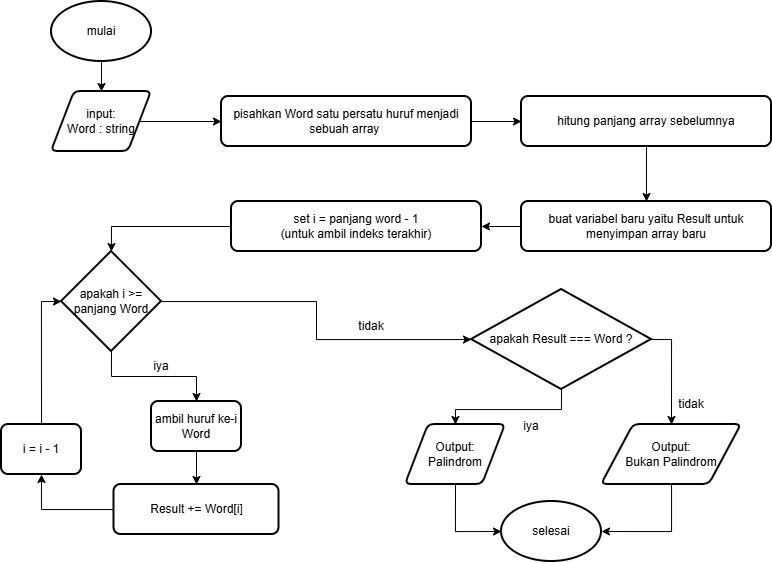
aqilknz/koda-b7-weekly1 keeps this draw.io diagram as task-1.png. Above is the earlier version. Source tidied: cells renumbered, new cells last; positions are measured from the earlier drawing's top-left corner, leaving out a move shared by most shapes. Source of this version:
```xml
<mxGraphModel>
  <root>
    <mxCell id="0" />
    <mxCell id="1" parent="0" />
    <mxCell id="2" style="edgeStyle=orthogonalEdgeStyle;rounded=0;jettySize=auto;html=1;exitX=0.5;exitY=1;exitDx=0;exitDy=0;exitPerimeter=0;entryX=0.5;entryY=0;entryDx=0;entryDy=0;" parent="1" edge="1" source="3" target="8">
      <mxGeometry relative="1" as="geometry" />
    </mxCell>
    <mxCell id="3" value="mulai" style="strokeWidth=2;html=1;shape=mxgraph.flowchart.start_1;whiteSpace=wrap;" parent="1" vertex="1">
      <mxGeometry x="50" width="100" height="60" as="geometry" />
    </mxCell>
    <mxCell id="4" value="selesai" style="strokeWidth=2;html=1;shape=mxgraph.flowchart.start_1;whiteSpace=wrap;" parent="1" vertex="1">
      <mxGeometry x="500" y="500" width="100" height="60" as="geometry" />
    </mxCell>
    <mxCell id="5" style="edgeStyle=orthogonalEdgeStyle;rounded=0;jettySize=auto;html=1;entryX=0;entryY=0.5;entryDx=0;entryDy=0;" parent="1" edge="1" source="6" target="12">
      <mxGeometry relative="1" as="geometry" />
    </mxCell>
    <mxCell id="6" value="pisahkan Word satu persatu huruf menjadi sebuah array&amp;nbsp;" style="rounded=1;whiteSpace=wrap;html=1;absoluteArcSize=1;arcSize=14;strokeWidth=2;" parent="1" vertex="1">
      <mxGeometry x="220" y="95" width="250" height="50" as="geometry" />
    </mxCell>
    <mxCell id="7" style="edgeStyle=orthogonalEdgeStyle;rounded=0;jettySize=auto;html=1;entryX=0;entryY=0.5;entryDx=0;entryDy=0;" parent="1" edge="1" source="8" target="6">
      <mxGeometry relative="1" as="geometry" />
    </mxCell>
    <mxCell id="8" value="input:&lt;div&gt;Word : string&lt;/div&gt;" style="shape=parallelogram;html=1;strokeWidth=2;perimeter=parallelogramPerimeter;whiteSpace=wrap;rounded=1;arcSize=12;size=0.23;" parent="1" vertex="1">
      <mxGeometry x="50" y="90" width="100" height="60" as="geometry" />
    </mxCell>
    <mxCell id="9" style="edgeStyle=orthogonalEdgeStyle;rounded=0;jettySize=auto;html=1;" parent="1" edge="1" source="10" target="14">
      <mxGeometry relative="1" as="geometry" />
    </mxCell>
    <mxCell id="10" value="buat variabel baru yaitu Result untuk menyimpan array baru" style="rounded=1;whiteSpace=wrap;html=1;absoluteArcSize=1;arcSize=14;strokeWidth=2;" parent="1" vertex="1">
      <mxGeometry x="520" y="200" width="250" height="50" as="geometry" />
    </mxCell>
    <mxCell id="11" style="edgeStyle=orthogonalEdgeStyle;rounded=0;jettySize=auto;html=1;exitX=0.5;exitY=1;exitDx=0;exitDy=0;entryX=0.5;entryY=0;entryDx=0;entryDy=0;" parent="1" edge="1" source="12" target="10">
      <mxGeometry relative="1" as="geometry" />
    </mxCell>
    <mxCell id="12" value="hitung panjang array sebelumnya" style="rounded=1;whiteSpace=wrap;html=1;absoluteArcSize=1;arcSize=14;strokeWidth=2;" parent="1" vertex="1">
      <mxGeometry x="520" y="95" width="250" height="50" as="geometry" />
    </mxCell>
    <mxCell id="13" style="edgeStyle=orthogonalEdgeStyle;rounded=0;jettySize=auto;html=1;" parent="1" edge="1" source="14" target="17">
      <mxGeometry relative="1" as="geometry">
        <Array as="points">
          <mxPoint x="110" y="225" />
        </Array>
      </mxGeometry>
    </mxCell>
    <mxCell id="14" value="&lt;div&gt;&lt;span style=&quot;background-color: transparent; color: light-dark(rgb(0, 0, 0), rgb(255, 255, 255));&quot;&gt;set i = panjang word - 1&lt;/span&gt;&lt;/div&gt;&lt;div&gt;&lt;span style=&quot;background-color: transparent; color: light-dark(rgb(0, 0, 0), rgb(255, 255, 255));&quot;&gt;(untuk ambil indeks terakhir)&lt;/span&gt;&lt;/div&gt;" style="rounded=1;whiteSpace=wrap;html=1;absoluteArcSize=1;arcSize=14;strokeWidth=2;" parent="1" vertex="1">
      <mxGeometry x="230" y="200" width="250" height="50" as="geometry" />
    </mxCell>
    <mxCell id="15" style="edgeStyle=orthogonalEdgeStyle;rounded=0;jettySize=auto;html=1;exitX=0.5;exitY=1;exitDx=0;exitDy=0;exitPerimeter=0;entryX=0.5;entryY=0;entryDx=0;entryDy=0;" parent="1" edge="1" source="17" target="19">
      <mxGeometry relative="1" as="geometry" />
    </mxCell>
    <mxCell id="16" style="edgeStyle=orthogonalEdgeStyle;rounded=0;jettySize=auto;html=1;" parent="1" edge="1" source="17" target="25">
      <mxGeometry relative="1" as="geometry" />
    </mxCell>
    <mxCell id="17" value="apakah i &amp;gt;= panjang Word" style="strokeWidth=2;html=1;shape=mxgraph.flowchart.decision;whiteSpace=wrap;" parent="1" vertex="1">
      <mxGeometry x="60" y="250" width="100" height="100" as="geometry" />
    </mxCell>
    <mxCell id="18" style="edgeStyle=orthogonalEdgeStyle;rounded=0;jettySize=auto;html=1;" parent="1" edge="1" source="19" target="21">
      <mxGeometry relative="1" as="geometry" />
    </mxCell>
    <mxCell id="19" value="ambil huruf ke-i Word" style="rounded=1;whiteSpace=wrap;html=1;absoluteArcSize=1;arcSize=14;strokeWidth=2;" parent="1" vertex="1">
      <mxGeometry x="150" y="400" width="90" height="50" as="geometry" />
    </mxCell>
    <mxCell id="20" style="edgeStyle=orthogonalEdgeStyle;rounded=0;jettySize=auto;html=1;entryX=0.5;entryY=1;entryDx=0;entryDy=0;" parent="1" edge="1" source="21" target="22">
      <mxGeometry relative="1" as="geometry" />
    </mxCell>
    <mxCell id="21" value="Result += Word[i]" style="rounded=1;whiteSpace=wrap;html=1;absoluteArcSize=1;arcSize=14;strokeWidth=2;" parent="1" vertex="1">
      <mxGeometry x="112.5" y="483" width="165" height="50" as="geometry" />
    </mxCell>
    <mxCell id="22" value="i = i - 1" style="rounded=1;whiteSpace=wrap;html=1;absoluteArcSize=1;arcSize=14;strokeWidth=2;" parent="1" vertex="1">
      <mxGeometry y="423" width="80" height="50" as="geometry" />
    </mxCell>
    <mxCell id="23" style="edgeStyle=orthogonalEdgeStyle;rounded=0;jettySize=auto;html=1;exitX=0.5;exitY=1;exitDx=0;exitDy=0;exitPerimeter=0;" parent="1" edge="1" source="25" target="26">
      <mxGeometry relative="1" as="geometry" />
    </mxCell>
    <mxCell id="24" style="edgeStyle=orthogonalEdgeStyle;rounded=0;jettySize=auto;html=1;exitX=1;exitY=0.5;exitDx=0;exitDy=0;exitPerimeter=0;entryX=0.5;entryY=0;entryDx=0;entryDy=0;" parent="1" edge="1" source="25" target="27">
      <mxGeometry relative="1" as="geometry" />
    </mxCell>
    <mxCell id="25" value="apakah Result === Word ?" style="strokeWidth=2;html=1;shape=mxgraph.flowchart.decision;whiteSpace=wrap;" parent="1" vertex="1">
      <mxGeometry x="470" y="288" width="180" height="100" as="geometry" />
    </mxCell>
    <mxCell id="26" value="Output:&lt;div&gt;Palindrom&lt;/div&gt;" style="shape=parallelogram;html=1;strokeWidth=2;perimeter=parallelogramPerimeter;whiteSpace=wrap;rounded=1;arcSize=12;size=0.23;" parent="1" vertex="1">
      <mxGeometry x="404" y="423" width="100" height="60" as="geometry" />
    </mxCell>
    <mxCell id="27" value="Output:&lt;div&gt;Bukan Palindrom&lt;/div&gt;" style="shape=parallelogram;html=1;strokeWidth=2;perimeter=parallelogramPerimeter;whiteSpace=wrap;rounded=1;arcSize=12;size=0.23;" parent="1" vertex="1">
      <mxGeometry x="600" y="423" width="140" height="60" as="geometry" />
    </mxCell>
    <mxCell id="28" style="edgeStyle=orthogonalEdgeStyle;rounded=0;jettySize=auto;html=1;exitX=0.5;exitY=0;exitDx=0;exitDy=0;entryX=0;entryY=0.5;entryDx=0;entryDy=0;entryPerimeter=0;" parent="1" edge="1" source="22" target="17">
      <mxGeometry relative="1" as="geometry" />
    </mxCell>
    <mxCell id="29" style="edgeStyle=orthogonalEdgeStyle;rounded=0;jettySize=auto;html=1;exitX=0.5;exitY=1;exitDx=0;exitDy=0;entryX=0;entryY=0.5;entryDx=0;entryDy=0;entryPerimeter=0;" parent="1" edge="1" source="26" target="4">
      <mxGeometry relative="1" as="geometry" />
    </mxCell>
    <mxCell id="30" style="edgeStyle=orthogonalEdgeStyle;rounded=0;jettySize=auto;html=1;entryX=1;entryY=0.5;entryDx=0;entryDy=0;entryPerimeter=0;" parent="1" edge="1" source="27" target="4">
      <mxGeometry relative="1" as="geometry" />
    </mxCell>
    <mxCell id="31" value="iya" style="text;html=1;whiteSpace=wrap;strokeColor=none;fillColor=none;align=center;verticalAlign=middle;rounded=0;" parent="1" vertex="1">
      <mxGeometry x="130" y="350" width="60" height="30" as="geometry" />
    </mxCell>
    <mxCell id="32" value="tidak" style="text;html=1;whiteSpace=wrap;strokeColor=none;fillColor=none;align=center;verticalAlign=middle;rounded=0;" parent="1" vertex="1">
      <mxGeometry x="340" y="310" width="60" height="30" as="geometry" />
    </mxCell>
    <mxCell id="33" value="iya" style="text;html=1;whiteSpace=wrap;strokeColor=none;fillColor=none;align=center;verticalAlign=middle;rounded=0;" parent="1" vertex="1">
      <mxGeometry x="500" y="410" width="60" height="30" as="geometry" />
    </mxCell>
    <mxCell id="34" value="tidak" style="text;html=1;whiteSpace=wrap;strokeColor=none;fillColor=none;align=center;verticalAlign=middle;rounded=0;" parent="1" vertex="1">
      <mxGeometry x="660" y="388" width="60" height="30" as="geometry" />
    </mxCell>
  </root>
</mxGraphModel>
```
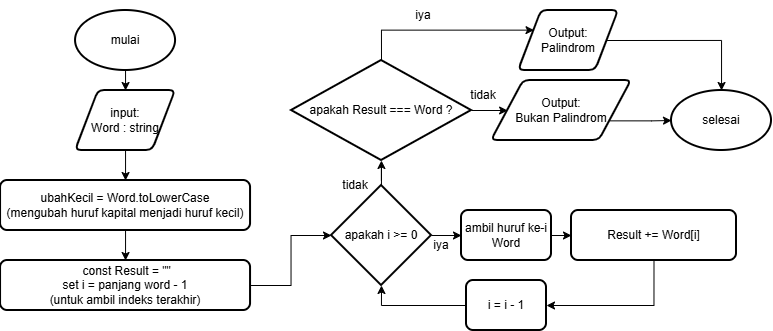
After the commit.

Diff of the diagram source:
```diff
@@ -6,104 +6,88 @@
       <mxGeometry relative="1" as="geometry" />
     </mxCell>
     <mxCell id="3" value="mulai" style="strokeWidth=2;html=1;shape=mxgraph.flowchart.start_1;whiteSpace=wrap;" parent="1" vertex="1">
-      <mxGeometry x="50" width="100" height="60" as="geometry" />
+      <mxGeometry x="94.1" y="40" width="100" height="60" as="geometry" />
     </mxCell>
     <mxCell id="4" value="selesai" style="strokeWidth=2;html=1;shape=mxgraph.flowchart.start_1;whiteSpace=wrap;" parent="1" vertex="1">
-      <mxGeometry x="500" y="500" width="100" height="60" as="geometry" />
+      <mxGeometry x="690" y="120" width="100" height="60" as="geometry" />
     </mxCell>
-    <mxCell id="5" style="edgeStyle=orthogonalEdgeStyle;rounded=0;jettySize=auto;html=1;entryX=0;entryY=0.5;entryDx=0;entryDy=0;" parent="1" edge="1" source="6" target="12">
-      <mxGeometry relative="1" as="geometry" />
-    </mxCell>
-    <mxCell id="6" value="pisahkan Word satu persatu huruf menjadi sebuah array&amp;nbsp;" style="rounded=1;whiteSpace=wrap;html=1;absoluteArcSize=1;arcSize=14;strokeWidth=2;" parent="1" vertex="1">
-      <mxGeometry x="220" y="95" width="250" height="50" as="geometry" />
-    </mxCell>
-    <mxCell id="7" style="edgeStyle=orthogonalEdgeStyle;rounded=0;jettySize=auto;html=1;entryX=0;entryY=0.5;entryDx=0;entryDy=0;" parent="1" edge="1" source="8" target="6">
-      <mxGeometry relative="1" as="geometry" />
-    </mxCell>
+    <mxCell id="35" style="edgeStyle=orthogonalEdgeStyle;rounded=0;jettySize=auto;html=1;exitX=0.5;exitY=1;exitDx=0;exitDy=0;entryX=0.5;entryY=0;entryDx=0;entryDy=0;" parent="1" edge="1" source="8" target="37">
+      <mxGeometry relative="1" as="geometry" />
+    </mxCell>
     <mxCell id="8" value="input:&lt;div&gt;Word : string&lt;/div&gt;" style="shape=parallelogram;html=1;strokeWidth=2;perimeter=parallelogramPerimeter;whiteSpace=wrap;rounded=1;arcSize=12;size=0.23;" parent="1" vertex="1">
-      <mxGeometry x="50" y="90" width="100" height="60" as="geometry" />
+      <mxGeometry x="94.1" y="120" width="100" height="60" as="geometry" />
     </mxCell>
-    <mxCell id="9" style="edgeStyle=orthogonalEdgeStyle;rounded=0;jettySize=auto;html=1;" parent="1" edge="1" source="10" target="14">
-      <mxGeometry relative="1" as="geometry" />
-    </mxCell>
-    <mxCell id="10" value="buat variabel baru yaitu Result untuk menyimpan array baru" style="rounded=1;whiteSpace=wrap;html=1;absoluteArcSize=1;arcSize=14;strokeWidth=2;" parent="1" vertex="1">
-      <mxGeometry x="520" y="200" width="250" height="50" as="geometry" />
-    </mxCell>
-    <mxCell id="11" style="edgeStyle=orthogonalEdgeStyle;rounded=0;jettySize=auto;html=1;exitX=0.5;exitY=1;exitDx=0;exitDy=0;entryX=0.5;entryY=0;entryDx=0;entryDy=0;" parent="1" edge="1" source="12" target="10">
-      <mxGeometry relative="1" as="geometry" />
-    </mxCell>
-    <mxCell id="12" value="hitung panjang array sebelumnya" style="rounded=1;whiteSpace=wrap;html=1;absoluteArcSize=1;arcSize=14;strokeWidth=2;" parent="1" vertex="1">
-      <mxGeometry x="520" y="95" width="250" height="50" as="geometry" />
-    </mxCell>
-    <mxCell id="13" style="edgeStyle=orthogonalEdgeStyle;rounded=0;jettySize=auto;html=1;" parent="1" edge="1" source="14" target="17">
-      <mxGeometry relative="1" as="geometry">
-        <Array as="points">
-          <mxPoint x="110" y="225" />
-        </Array>
-      </mxGeometry>
-    </mxCell>
-    <mxCell id="14" value="&lt;div&gt;&lt;span style=&quot;background-color: transparent; color: light-dark(rgb(0, 0, 0), rgb(255, 255, 255));&quot;&gt;set i = panjang word - 1&lt;/span&gt;&lt;/div&gt;&lt;div&gt;&lt;span style=&quot;background-color: transparent; color: light-dark(rgb(0, 0, 0), rgb(255, 255, 255));&quot;&gt;(untuk ambil indeks terakhir)&lt;/span&gt;&lt;/div&gt;" style="rounded=1;whiteSpace=wrap;html=1;absoluteArcSize=1;arcSize=14;strokeWidth=2;" parent="1" vertex="1">
-      <mxGeometry x="230" y="200" width="250" height="50" as="geometry" />
+    <mxCell id="14" value="&lt;div&gt;&amp;nbsp;const Result = &quot;&quot;&lt;/div&gt;&lt;div&gt;&lt;span style=&quot;background-color: transparent; color: light-dark(rgb(0, 0, 0), rgb(255, 255, 255));&quot;&gt;set i = panjang word - 1&lt;/span&gt;&lt;/div&gt;&lt;div&gt;&lt;span style=&quot;background-color: transparent; color: light-dark(rgb(0, 0, 0), rgb(255, 255, 255));&quot;&gt;(untuk ambil indeks terakhir)&lt;/span&gt;&lt;/div&gt;" style="rounded=1;whiteSpace=wrap;html=1;absoluteArcSize=1;arcSize=14;strokeWidth=2;" parent="1" vertex="1">
+      <mxGeometry x="19.1" y="290" width="250" height="50" as="geometry" />
     </mxCell>
+    <mxCell id="16" style="edgeStyle=orthogonalEdgeStyle;rounded=0;jettySize=auto;html=1;" parent="1" edge="1" source="17" target="25">
+      <mxGeometry relative="1" as="geometry" />
+    </mxCell>
-    <mxCell id="15" style="edgeStyle=orthogonalEdgeStyle;rounded=0;jettySize=auto;html=1;exitX=0.5;exitY=1;exitDx=0;exitDy=0;exitPerimeter=0;entryX=0.5;entryY=0;entryDx=0;entryDy=0;" parent="1" edge="1" source="17" target="19">
+    <mxCell id="15" style="edgeStyle=orthogonalEdgeStyle;rounded=0;jettySize=auto;html=1;exitX=1;exitY=0.5;exitDx=0;exitDy=0;exitPerimeter=0;entryX=0;entryY=0.5;entryDx=0;entryDy=0;" parent="1" edge="1" source="17" target="19">
       <mxGeometry relative="1" as="geometry" />
     </mxCell>
-    <mxCell id="16" style="edgeStyle=orthogonalEdgeStyle;rounded=0;jettySize=auto;html=1;" parent="1" edge="1" source="17" target="25">
-      <mxGeometry relative="1" as="geometry" />
-    </mxCell>
-    <mxCell id="17" value="apakah i &amp;gt;= panjang Word" style="strokeWidth=2;html=1;shape=mxgraph.flowchart.decision;whiteSpace=wrap;" parent="1" vertex="1">
-      <mxGeometry x="60" y="250" width="100" height="100" as="geometry" />
+    <mxCell id="17" value="apakah i &amp;gt;= 0" style="strokeWidth=2;html=1;shape=mxgraph.flowchart.decision;whiteSpace=wrap;" parent="1" vertex="1">
+      <mxGeometry x="350" y="215" width="100" height="100" as="geometry" />
     </mxCell>
-    <mxCell id="18" style="edgeStyle=orthogonalEdgeStyle;rounded=0;jettySize=auto;html=1;" parent="1" edge="1" source="19" target="21">
+    <mxCell id="18" style="edgeStyle=orthogonalEdgeStyle;rounded=0;jettySize=auto;html=1;exitX=1;exitY=0.5;exitDx=0;exitDy=0;entryX=0;entryY=0.5;entryDx=0;entryDy=0;" parent="1" edge="1" source="19" target="21">
       <mxGeometry relative="1" as="geometry" />
     </mxCell>
     <mxCell id="19" value="ambil huruf ke-i Word" style="rounded=1;whiteSpace=wrap;html=1;absoluteArcSize=1;arcSize=14;strokeWidth=2;" parent="1" vertex="1">
-      <mxGeometry x="150" y="400" width="90" height="50" as="geometry" />
+      <mxGeometry x="480" y="240" width="90" height="50" as="geometry" />
     </mxCell>
-    <mxCell id="20" style="edgeStyle=orthogonalEdgeStyle;rounded=0;jettySize=auto;html=1;entryX=0.5;entryY=1;entryDx=0;entryDy=0;" parent="1" edge="1" source="21" target="22">
+    <mxCell id="20" style="edgeStyle=orthogonalEdgeStyle;rounded=0;jettySize=auto;html=1;exitX=0.5;exitY=1;exitDx=0;exitDy=0;entryX=1;entryY=0.5;entryDx=0;entryDy=0;" parent="1" edge="1" source="21" target="22">
       <mxGeometry relative="1" as="geometry" />
     </mxCell>
     <mxCell id="21" value="Result += Word[i]" style="rounded=1;whiteSpace=wrap;html=1;absoluteArcSize=1;arcSize=14;strokeWidth=2;" parent="1" vertex="1">
-      <mxGeometry x="112.5" y="483" width="165" height="50" as="geometry" />
+      <mxGeometry x="590" y="240" width="165" height="50" as="geometry" />
     </mxCell>
     <mxCell id="22" value="i = i - 1" style="rounded=1;whiteSpace=wrap;html=1;absoluteArcSize=1;arcSize=14;strokeWidth=2;" parent="1" vertex="1">
-      <mxGeometry y="423" width="80" height="50" as="geometry" />
+      <mxGeometry x="485" y="310" width="80" height="50" as="geometry" />
     </mxCell>
-    <mxCell id="23" style="edgeStyle=orthogonalEdgeStyle;rounded=0;jettySize=auto;html=1;exitX=0.5;exitY=1;exitDx=0;exitDy=0;exitPerimeter=0;" parent="1" edge="1" source="25" target="26">
+    <mxCell id="23" style="edgeStyle=orthogonalEdgeStyle;rounded=0;jettySize=auto;html=1;exitX=0.5;exitY=0;exitDx=0;exitDy=0;exitPerimeter=0;entryX=0;entryY=0.25;entryDx=0;entryDy=0;" parent="1" edge="1" source="25" target="26">
       <mxGeometry relative="1" as="geometry" />
     </mxCell>
-    <mxCell id="24" style="edgeStyle=orthogonalEdgeStyle;rounded=0;jettySize=auto;html=1;exitX=1;exitY=0.5;exitDx=0;exitDy=0;exitPerimeter=0;entryX=0.5;entryY=0;entryDx=0;entryDy=0;" parent="1" edge="1" source="25" target="27">
+    <mxCell id="24" style="edgeStyle=orthogonalEdgeStyle;rounded=0;jettySize=auto;html=1;exitX=1;exitY=0.5;exitDx=0;exitDy=0;exitPerimeter=0;entryX=0;entryY=0.5;entryDx=0;entryDy=0;" parent="1" edge="1" source="25" target="27">
       <mxGeometry relative="1" as="geometry" />
     </mxCell>
     <mxCell id="25" value="apakah Result === Word ?" style="strokeWidth=2;html=1;shape=mxgraph.flowchart.decision;whiteSpace=wrap;" parent="1" vertex="1">
-      <mxGeometry x="470" y="288" width="180" height="100" as="geometry" />
+      <mxGeometry x="310" y="90" width="180" height="100" as="geometry" />
     </mxCell>
+    <mxCell id="29" style="edgeStyle=orthogonalEdgeStyle;rounded=0;jettySize=auto;html=1;exitX=1;exitY=0.5;exitDx=0;exitDy=0;" parent="1" edge="1" source="26" target="4">
+      <mxGeometry relative="1" as="geometry" />
+    </mxCell>
     <mxCell id="26" value="Output:&lt;div&gt;Palindrom&lt;/div&gt;" style="shape=parallelogram;html=1;strokeWidth=2;perimeter=parallelogramPerimeter;whiteSpace=wrap;rounded=1;arcSize=12;size=0.23;" parent="1" vertex="1">
-      <mxGeometry x="404" y="423" width="100" height="60" as="geometry" />
+      <mxGeometry x="537" y="40" width="100" height="60" as="geometry" />
     </mxCell>
     <mxCell id="27" value="Output:&lt;div&gt;Bukan Palindrom&lt;/div&gt;" style="shape=parallelogram;html=1;strokeWidth=2;perimeter=parallelogramPerimeter;whiteSpace=wrap;rounded=1;arcSize=12;size=0.23;" parent="1" vertex="1">
-      <mxGeometry x="600" y="423" width="140" height="60" as="geometry" />
+      <mxGeometry x="510" y="110" width="140" height="60" as="geometry" />
     </mxCell>
-    <mxCell id="28" style="edgeStyle=orthogonalEdgeStyle;rounded=0;jettySize=auto;html=1;exitX=0.5;exitY=0;exitDx=0;exitDy=0;entryX=0;entryY=0.5;entryDx=0;entryDy=0;entryPerimeter=0;" parent="1" edge="1" source="22" target="17">
-      <mxGeometry relative="1" as="geometry" />
-    </mxCell>
-    <mxCell id="29" style="edgeStyle=orthogonalEdgeStyle;rounded=0;jettySize=auto;html=1;exitX=0.5;exitY=1;exitDx=0;exitDy=0;entryX=0;entryY=0.5;entryDx=0;entryDy=0;entryPerimeter=0;" parent="1" edge="1" source="26" target="4">
-      <mxGeometry relative="1" as="geometry" />
-    </mxCell>
-    <mxCell id="30" style="edgeStyle=orthogonalEdgeStyle;rounded=0;jettySize=auto;html=1;entryX=1;entryY=0.5;entryDx=0;entryDy=0;entryPerimeter=0;" parent="1" edge="1" source="27" target="4">
-      <mxGeometry relative="1" as="geometry" />
-    </mxCell>
     <mxCell id="31" value="iya" style="text;html=1;whiteSpace=wrap;strokeColor=none;fillColor=none;align=center;verticalAlign=middle;rounded=0;" parent="1" vertex="1">
-      <mxGeometry x="130" y="350" width="60" height="30" as="geometry" />
+      <mxGeometry x="430" y="260" width="60" height="30" as="geometry" />
     </mxCell>
     <mxCell id="32" value="tidak" style="text;html=1;whiteSpace=wrap;strokeColor=none;fillColor=none;align=center;verticalAlign=middle;rounded=0;" parent="1" vertex="1">
-      <mxGeometry x="340" y="310" width="60" height="30" as="geometry" />
+      <mxGeometry x="344" y="200" width="60" height="30" as="geometry" />
     </mxCell>
     <mxCell id="33" value="iya" style="text;html=1;whiteSpace=wrap;strokeColor=none;fillColor=none;align=center;verticalAlign=middle;rounded=0;" parent="1" vertex="1">
-      <mxGeometry x="500" y="410" width="60" height="30" as="geometry" />
+      <mxGeometry x="412" y="30" width="60" height="30" as="geometry" />
     </mxCell>
     <mxCell id="34" value="tidak" style="text;html=1;whiteSpace=wrap;strokeColor=none;fillColor=none;align=center;verticalAlign=middle;rounded=0;" parent="1" vertex="1">
-      <mxGeometry x="660" y="388" width="60" height="30" as="geometry" />
+      <mxGeometry x="472" y="110" width="60" height="30" as="geometry" />
     </mxCell>
+    <mxCell id="36" style="edgeStyle=orthogonalEdgeStyle;rounded=0;jettySize=auto;html=1;exitX=0.5;exitY=1;exitDx=0;exitDy=0;entryX=0.5;entryY=0;entryDx=0;entryDy=0;" parent="1" edge="1" source="37" target="14">
+      <mxGeometry relative="1" as="geometry" />
+    </mxCell>
+    <mxCell id="37" value="&lt;div&gt;ubahKecil = Word.toLowerCase&lt;br&gt;(mengubah huruf kapital menjadi huruf kecil)&lt;/div&gt;" style="rounded=1;whiteSpace=wrap;html=1;absoluteArcSize=1;arcSize=14;strokeWidth=2;" parent="1" vertex="1">
+      <mxGeometry x="19.1" y="210" width="250" height="50" as="geometry" />
+    </mxCell>
+    <mxCell id="13" style="edgeStyle=orthogonalEdgeStyle;rounded=0;jettySize=auto;html=1;exitX=1;exitY=0.5;exitDx=0;exitDy=0;entryX=0;entryY=0.5;entryDx=0;entryDy=0;entryPerimeter=0;" parent="1" edge="1" source="14" target="17">
+      <mxGeometry relative="1" as="geometry" />
+    </mxCell>
+    <mxCell id="30" style="edgeStyle=orthogonalEdgeStyle;rounded=0;jettySize=auto;html=1;exitX=1;exitY=0.75;exitDx=0;exitDy=0;entryX=0;entryY=0.5;entryDx=0;entryDy=0;entryPerimeter=0;" parent="1" edge="1" source="27" target="4">
+      <mxGeometry relative="1" as="geometry" />
+    </mxCell>
+    <mxCell id="28" style="edgeStyle=orthogonalEdgeStyle;rounded=0;jettySize=auto;html=1;exitX=0;exitY=0.5;exitDx=0;exitDy=0;entryX=0.5;entryY=1;entryDx=0;entryDy=0;entryPerimeter=0;" parent="1" edge="1" source="22" target="17">
+      <mxGeometry relative="1" as="geometry" />
+    </mxCell>
   </root>
 </mxGraphModel>
```
